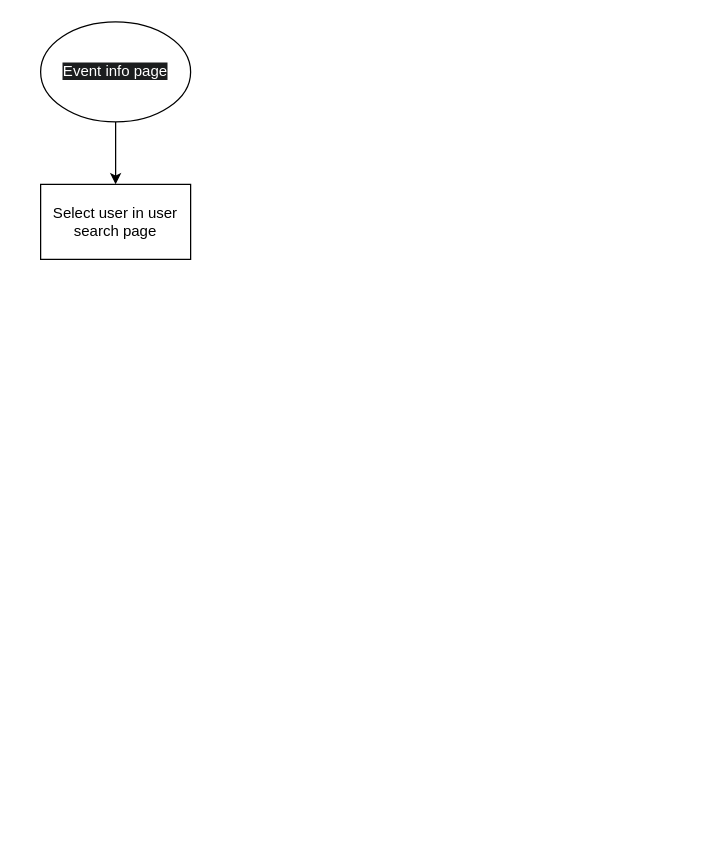
This is page "Page-1" (1 of 2) of Untitled Diagram.drawio from jntagadiad/0wzZZzz6.github.io, a draw.io file, before an edit. Source tidied: cells renumbered, new cells numbered last; positions are measured from the earlier drawing's top-left corner, leaving out a move shared by most shapes. Both pictures are drawn from the tidied source at 125%, with x=0, y=0 at pixel (40, 21).
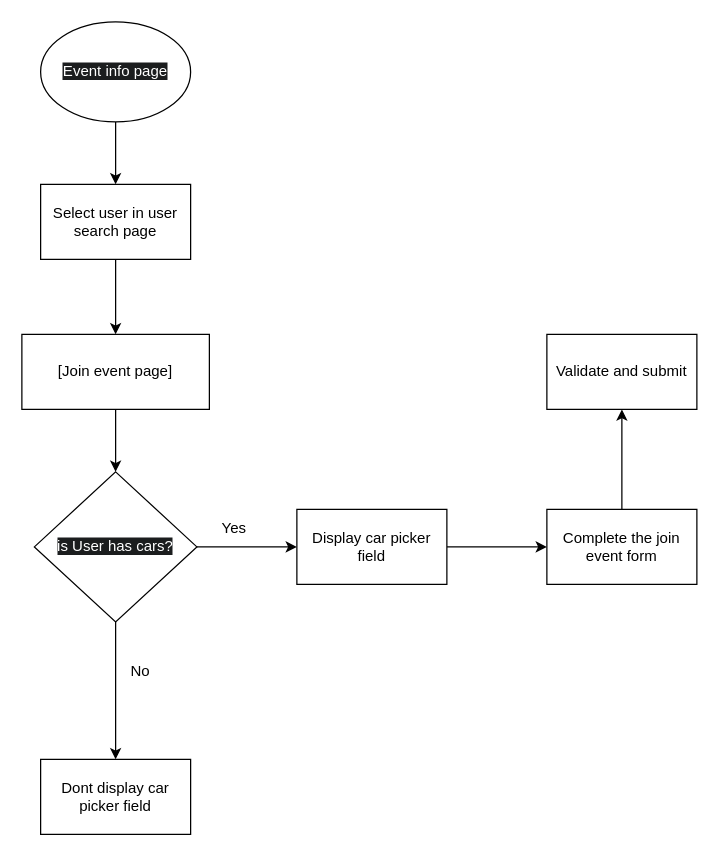
Above is the later version.

The edit, as a diff of the source:
```diff
@@
 <mxGraphModel>
   <root>
     <mxCell id="0" />
     <mxCell id="1" parent="0" />
     <mxCell id="2" style="edgeStyle=orthogonalEdgeStyle;rounded=0;jettySize=auto;html=1;" parent="1" edge="1" source="3" target="4">
       <mxGeometry relative="1" as="geometry" />
     </mxCell>
     <mxCell id="3" value="&lt;span style=&quot;color: rgb(255, 255, 255); font-family: Helvetica; font-size: 12px; font-style: normal; font-variant-ligatures: normal; font-variant-caps: normal; font-weight: 400; letter-spacing: normal; orphans: 2; text-align: center; text-indent: 0px; text-transform: none; widows: 2; word-spacing: 0px; -webkit-text-stroke-width: 0px; white-space: normal; background-color: rgb(27, 29, 30); text-decoration-thickness: initial; text-decoration-style: initial; text-decoration-color: initial; display: inline !important; float: none;&quot;&gt;Event info page&lt;/span&gt;" style="ellipse;whiteSpace=wrap;html=1;" parent="1" vertex="1">
       <mxGeometry width="120" height="80" as="geometry" />
     </mxCell>
+    <mxCell id="5" style="edgeStyle=orthogonalEdgeStyle;rounded=0;jettySize=auto;html=1;" parent="1" edge="1" source="4" target="7">
+      <mxGeometry relative="1" as="geometry" />
+    </mxCell>
     <mxCell id="4" value="Select user in user search page" style="rounded=0;whiteSpace=wrap;html=1;" parent="1" vertex="1">
       <mxGeometry y="130" width="120" height="60" as="geometry" />
     </mxCell>
+    <mxCell id="6" style="edgeStyle=orthogonalEdgeStyle;rounded=0;jettySize=auto;html=1;exitX=0.5;exitY=1;exitDx=0;exitDy=0;entryX=0.5;entryY=0;entryDx=0;entryDy=0;" parent="1" edge="1" source="7" target="10">
+      <mxGeometry relative="1" as="geometry" />
+    </mxCell>
+    <mxCell id="7" value="[Join event page]" style="rounded=0;whiteSpace=wrap;html=1;align=center;spacing=16;labelPosition=center;verticalLabelPosition=middle;verticalAlign=middle;" parent="1" vertex="1">
+      <mxGeometry x="-15" y="250" width="150" height="60" as="geometry" />
+    </mxCell>
+    <mxCell id="8" style="edgeStyle=orthogonalEdgeStyle;rounded=0;jettySize=auto;html=1;" parent="1" edge="1" source="10" target="13">
+      <mxGeometry relative="1" as="geometry" />
+    </mxCell>
+    <mxCell id="9" style="edgeStyle=orthogonalEdgeStyle;rounded=0;jettySize=auto;html=1;" parent="1" edge="1" source="10" target="14">
+      <mxGeometry relative="1" as="geometry" />
+    </mxCell>
+    <mxCell id="10" value="&lt;span style=&quot;color: rgb(255, 255, 255); font-family: Helvetica; font-size: 12px; font-style: normal; font-variant-ligatures: normal; font-variant-caps: normal; font-weight: 400; letter-spacing: normal; orphans: 2; text-align: center; text-indent: 0px; text-transform: none; widows: 2; word-spacing: 0px; -webkit-text-stroke-width: 0px; white-space: normal; background-color: rgb(27, 29, 30); text-decoration-thickness: initial; text-decoration-style: initial; text-decoration-color: initial; float: none; display: inline !important;&quot;&gt;is User has cars?&lt;/span&gt;" style="rhombus;whiteSpace=wrap;html=1;" parent="1" vertex="1">
+      <mxGeometry x="-5" y="360" width="130" height="120" as="geometry" />
+    </mxCell>
+    <mxCell id="11" value="Yes" style="text;html=1;align=center;verticalAlign=middle;whiteSpace=wrap;rounded=0;" parent="1" vertex="1">
+      <mxGeometry x="125" y="390" width="60" height="30" as="geometry" />
+    </mxCell>
+    <mxCell id="12" style="edgeStyle=orthogonalEdgeStyle;rounded=0;jettySize=auto;html=1;" parent="1" edge="1" source="13" target="17">
+      <mxGeometry relative="1" as="geometry" />
+    </mxCell>
+    <mxCell id="13" value="Display car picker field" style="whiteSpace=wrap;html=1;" parent="1" vertex="1">
+      <mxGeometry x="205" y="390" width="120" height="60" as="geometry" />
+    </mxCell>
+    <mxCell id="14" value="Dont display car picker field" style="whiteSpace=wrap;html=1;" parent="1" vertex="1">
+      <mxGeometry y="590" width="120" height="60" as="geometry" />
+    </mxCell>
+    <mxCell id="15" value="No" style="text;html=1;align=center;verticalAlign=middle;whiteSpace=wrap;rounded=0;" parent="1" vertex="1">
+      <mxGeometry x="50" y="505" width="60" height="30" as="geometry" />
+    </mxCell>
+    <mxCell id="16" style="edgeStyle=orthogonalEdgeStyle;rounded=0;jettySize=auto;html=1;" parent="1" edge="1" source="17" target="18">
+      <mxGeometry relative="1" as="geometry" />
+    </mxCell>
+    <mxCell id="17" value="Complete the join event form" style="whiteSpace=wrap;html=1;" parent="1" vertex="1">
+      <mxGeometry x="405" y="390" width="120" height="60" as="geometry" />
+    </mxCell>
+    <mxCell id="18" value="Validate and submit" style="whiteSpace=wrap;html=1;" parent="1" vertex="1">
+      <mxGeometry x="405" y="250" width="120" height="60" as="geometry" />
+    </mxCell>
   </root>
 </mxGraphModel>
```
